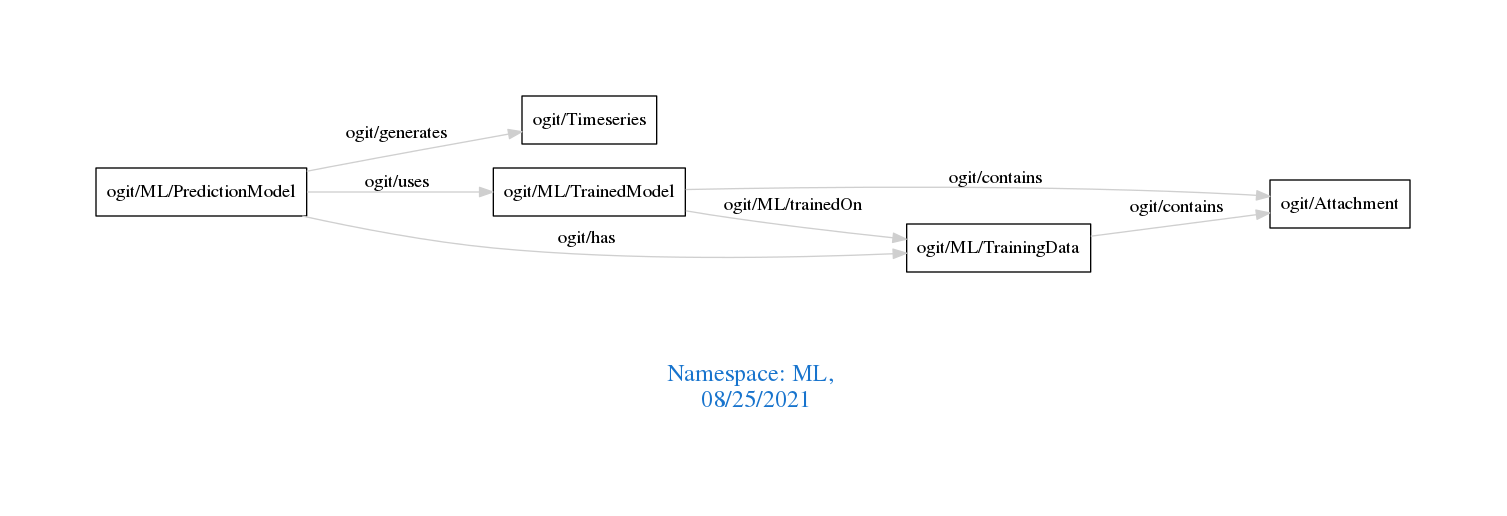
This is downloads/ML.png from arago/OGIT, a Graphviz export, as it was before one commit. Its source is kept beside it as downloads/ML.dot.
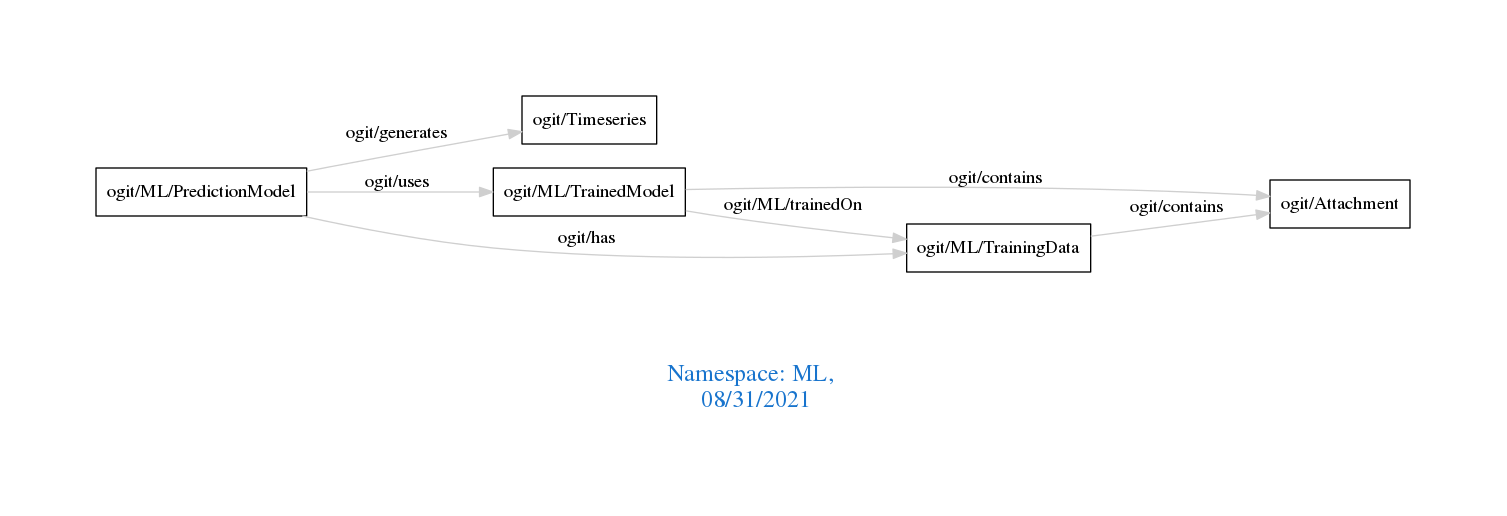
Later version of the same file.

Diff of the diagram source:
```diff
@@ -1,7 +1,7 @@
 digraph OGIT_ontology {
  graph [ rankdir= LR,pad=1
 fontsize = 18,
-fontcolor= dodgerblue3,label = "\n\n\nNamespace: ML, \n 08/25/2021"];
+fontcolor= dodgerblue3,label = "\n\n\nNamespace: ML, \n 08/31/2021"];
 node[shape=polygon];
 edge [  color="gray81"];
 
```
